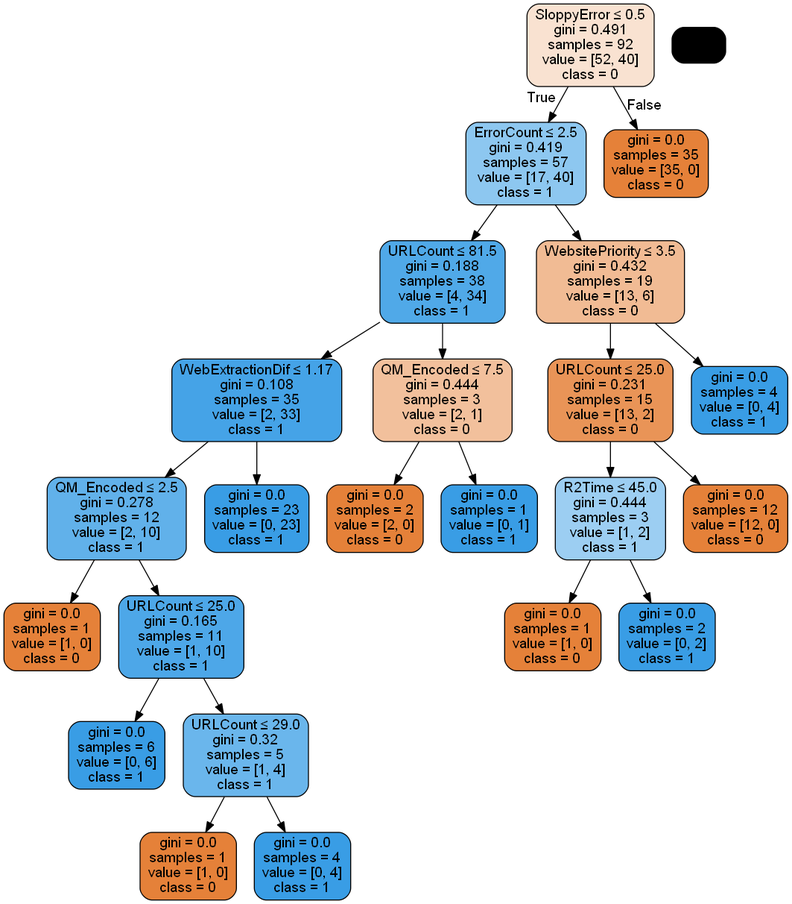
Above: tree_3.png in Yumil22/Curso_Python (Graphviz), before the change. Its source is kept beside it as tree_3.dot.
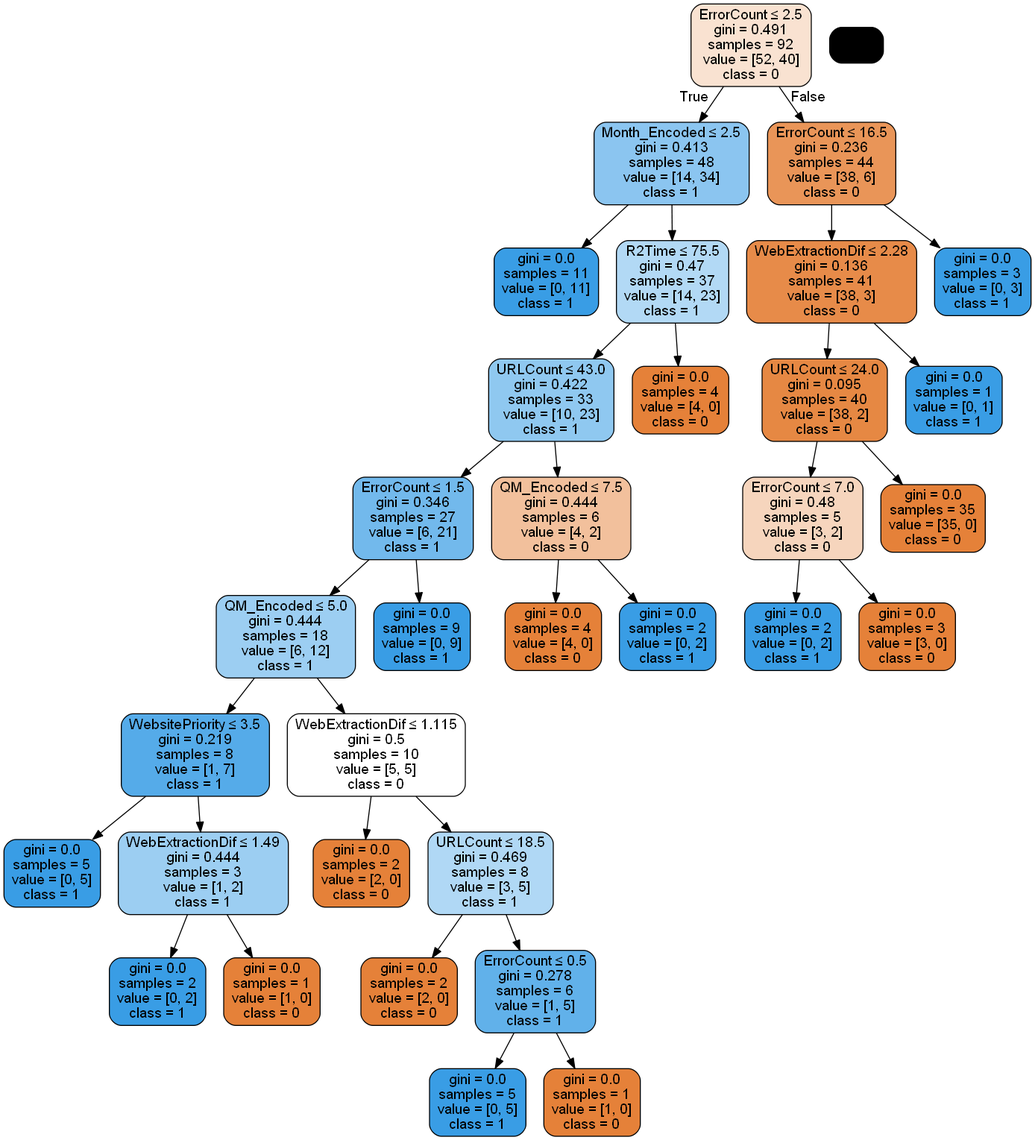
The same diagram one commit later.

What changed in the source:
```diff
@@ -1,48 +1,68 @@
 digraph Tree {
 node [shape=box] ;
-0 [label="SloppyError <= 0.5\ngini = 0.491\nsamples = 92\nvalue = [52, 40]"] ;
-1 [label="ErrorCount <= 2.5\ngini = 0.419\nsamples = 57\nvalue = [17, 40]"] ;
+0 [label="ErrorCount <= 2.5\ngini = 0.491\nsamples = 92\nvalue = [52, 40]"] ;
+1 [label="Month_Encoded <= 2.5\ngini = 0.413\nsamples = 48\nvalue = [14, 34]"] ;
 0 -> 1 [labeldistance=2.5, labelangle=45, headlabel="True"] ;
-2 [label="URLCount <= 81.5\ngini = 0.188\nsamples = 38\nvalue = [4, 34]"] ;
+2 [label="gini = 0.0\nsamples = 11\nvalue = [0, 11]"] ;
 1 -> 2 ;
-3 [label="WebExtractionDif <= 1.17\ngini = 0.108\nsamples = 35\nvalue = [2, 33]"] ;
-2 -> 3 ;
-4 [label="QM_Encoded <= 2.5\ngini = 0.278\nsamples = 12\nvalue = [2, 10]"] ;
+3 [label="R2Time <= 75.5\ngini = 0.47\nsamples = 37\nvalue = [14, 23]"] ;
+1 -> 3 ;
+4 [label="URLCount <= 43.0\ngini = 0.422\nsamples = 33\nvalue = [10, 23]"] ;
 3 -> 4 ;
-5 [label="gini = 0.0\nsamples = 1\nvalue = [1, 0]"] ;
+5 [label="ErrorCount <= 1.5\ngini = 0.346\nsamples = 27\nvalue = [6, 21]"] ;
 4 -> 5 ;
-6 [label="URLCount <= 25.0\ngini = 0.165\nsamples = 11\nvalue = [1, 10]"] ;
-4 -> 6 ;
-7 [label="gini = 0.0\nsamples = 6\nvalue = [0, 6]"] ;
+6 [label="QM_Encoded <= 5.0\ngini = 0.444\nsamples = 18\nvalue = [6, 12]"] ;
+5 -> 6 ;
+7 [label="WebsitePriority <= 3.5\ngini = 0.219\nsamples = 8\nvalue = [1, 7]"] ;
 6 -> 7 ;
-8 [label="URLCount <= 29.0\ngini = 0.32\nsamples = 5\nvalue = [1, 4]"] ;
-6 -> 8 ;
-9 [label="gini = 0.0\nsamples = 1\nvalue = [1, 0]"] ;
-8 -> 9 ;
-10 [label="gini = 0.0\nsamples = 4\nvalue = [0, 4]"] ;
-8 -> 10 ;
-11 [label="gini = 0.0\nsamples = 23\nvalue = [0, 23]"] ;
-3 -> 11 ;
-12 [label="QM_Encoded <= 7.5\ngini = 0.444\nsamples = 3\nvalue = [2, 1]"] ;
-2 -> 12 ;
+8 [label="gini = 0.0\nsamples = 5\nvalue = [0, 5]"] ;
+7 -> 8 ;
+9 [label="WebExtractionDif <= 1.49\ngini = 0.444\nsamples = 3\nvalue = [1, 2]"] ;
+7 -> 9 ;
+10 [label="gini = 0.0\nsamples = 2\nvalue = [0, 2]"] ;
+9 -> 10 ;
+11 [label="gini = 0.0\nsamples = 1\nvalue = [1, 0]"] ;
+9 -> 11 ;
+12 [label="WebExtractionDif <= 1.115\ngini = 0.5\nsamples = 10\nvalue = [5, 5]"] ;
+6 -> 12 ;
 13 [label="gini = 0.0\nsamples = 2\nvalue = [2, 0]"] ;
 12 -> 13 ;
-14 [label="gini = 0.0\nsamples = 1\nvalue = [0, 1]"] ;
+14 [label="URLCount <= 18.5\ngini = 0.469\nsamples = 8\nvalue = [3, 5]"] ;
 12 -> 14 ;
-15 [label="WebsitePriority <= 3.5\ngini = 0.432\nsamples = 19\nvalue = [13, 6]"] ;
-1 -> 15 ;
-16 [label="URLCount <= 25.0\ngini = 0.231\nsamples = 15\nvalue = [13, 2]"] ;
-15 -> 16 ;
-17 [label="R2Time <= 45.0\ngini = 0.444\nsamples = 3\nvalue = [1, 2]"] ;
+15 [label="gini = 0.0\nsamples = 2\nvalue = [2, 0]"] ;
+14 -> 15 ;
+16 [label="ErrorCount <= 0.5\ngini = 0.278\nsamples = 6\nvalue = [1, 5]"] ;
+14 -> 16 ;
+17 [label="gini = 0.0\nsamples = 5\nvalue = [0, 5]"] ;
 16 -> 17 ;
 18 [label="gini = 0.0\nsamples = 1\nvalue = [1, 0]"] ;
-17 -> 18 ;
-19 [label="gini = 0.0\nsamples = 2\nvalue = [0, 2]"] ;
-17 -> 19 ;
-20 [label="gini = 0.0\nsamples = 12\nvalue = [12, 0]"] ;
-16 -> 20 ;
-21 [label="gini = 0.0\nsamples = 4\nvalue = [0, 4]"] ;
-15 -> 21 ;
-22 [label="gini = 0.0\nsamples = 35\nvalue = [35, 0]"] ;
-0 -> 22 [labeldistance=2.5, labelangle=-45, headlabel="False"] ;
+16 -> 18 ;
+19 [label="gini = 0.0\nsamples = 9\nvalue = [0, 9]"] ;
+5 -> 19 ;
+20 [label="QM_Encoded <= 7.5\ngini = 0.444\nsamples = 6\nvalue = [4, 2]"] ;
+4 -> 20 ;
+21 [label="gini = 0.0\nsamples = 4\nvalue = [4, 0]"] ;
+20 -> 21 ;
+22 [label="gini = 0.0\nsamples = 2\nvalue = [0, 2]"] ;
+20 -> 22 ;
+23 [label="gini = 0.0\nsamples = 4\nvalue = [4, 0]"] ;
+3 -> 23 ;
+24 [label="ErrorCount <= 16.5\ngini = 0.236\nsamples = 44\nvalue = [38, 6]"] ;
+0 -> 24 [labeldistance=2.5, labelangle=-45, headlabel="False"] ;
+25 [label="WebExtractionDif <= 2.28\ngini = 0.136\nsamples = 41\nvalue = [38, 3]"] ;
+24 -> 25 ;
+26 [label="URLCount <= 24.0\ngini = 0.095\nsamples = 40\nvalue = [38, 2]"] ;
+25 -> 26 ;
+27 [label="ErrorCount <= 7.0\ngini = 0.48\nsamples = 5\nvalue = [3, 2]"] ;
+26 -> 27 ;
+28 [label="gini = 0.0\nsamples = 2\nvalue = [0, 2]"] ;
+27 -> 28 ;
+29 [label="gini = 0.0\nsamples = 3\nvalue = [3, 0]"] ;
+27 -> 29 ;
+30 [label="gini = 0.0\nsamples = 35\nvalue = [35, 0]"] ;
+26 -> 30 ;
+31 [label="gini = 0.0\nsamples = 1\nvalue = [0, 1]"] ;
+25 -> 31 ;
+32 [label="gini = 0.0\nsamples = 3\nvalue = [0, 3]"] ;
+24 -> 32 ;
 }
```
